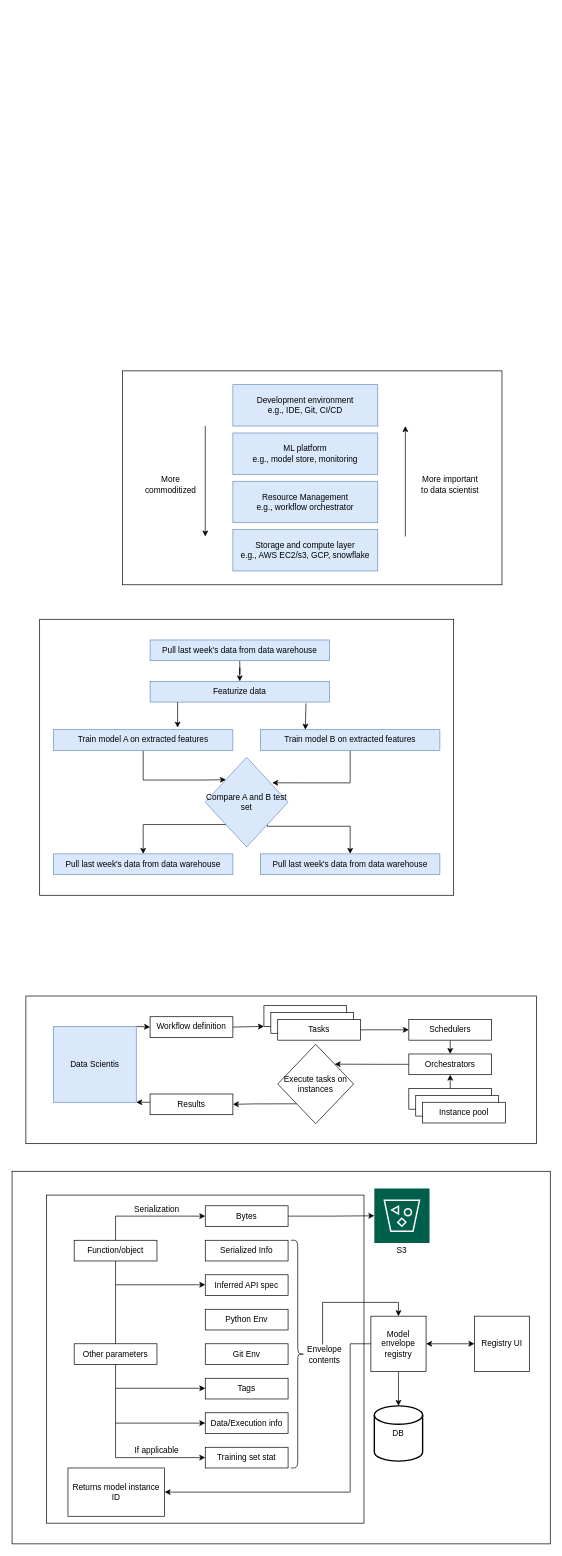
Before: drawio/MLOps.drawio in GuilinDev/Notes, a draw.io diagram. Source tidied: cells renumbered, new cells numbered last; positions are measured from the earlier drawing's top-left corner, leaving out a move shared by most shapes. Both pictures are drawn from the tidied source at 69%, with x=0, y=0 at pixel (12, 371).
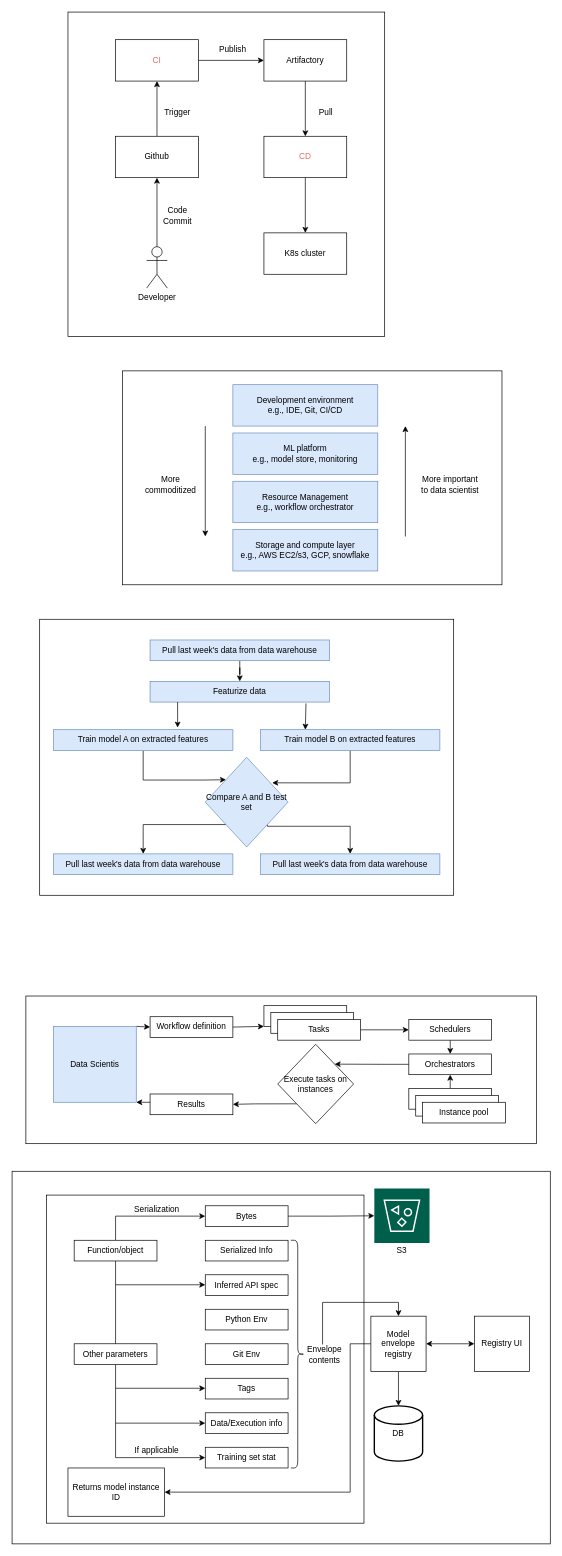
The same page after the edit.

What changed in the source:
```diff
@@
+    <mxCell id="80" style="rounded=0;whiteSpace=wrap;html=1;" parent="1" vertex="1">
+      <mxGeometry x="81" y="-520" width="459" height="470" as="geometry" />
+    </mxCell>
@@
+    <mxCell id="81" style="edgeStyle=orthogonalEdgeStyle;rounded=0;jettySize=auto;html=1;entryX=0.5;entryY=1;entryDx=0;entryDy=0;" parent="1" edge="1" source="82" target="87">
+      <mxGeometry relative="1" as="geometry" />
+    </mxCell>
+    <mxCell id="82" value="Github" style="rounded=0;whiteSpace=wrap;html=1;" parent="1" vertex="1">
+      <mxGeometry x="150" y="-340" width="120" height="60" as="geometry" />
+    </mxCell>
+    <mxCell id="83" style="edgeStyle=orthogonalEdgeStyle;rounded=0;jettySize=auto;html=1;entryX=0.5;entryY=1;entryDx=0;entryDy=0;" parent="1" edge="1" source="84" target="82">
+      <mxGeometry relative="1" as="geometry" />
+    </mxCell>
+    <mxCell id="84" value="Developer" style="shape=umlActor;verticalLabelPosition=bottom;verticalAlign=top;html=1;outlineConnect=0;" parent="1" vertex="1">
+      <mxGeometry x="195" y="-180" width="30" height="60" as="geometry" />
+    </mxCell>
+    <mxCell id="85" value="Code Commit" style="text;html=1;strokeColor=none;fillColor=none;align=center;verticalAlign=middle;whiteSpace=wrap;rounded=0;" parent="1" vertex="1">
+      <mxGeometry x="210" y="-240" width="60" height="30" as="geometry" />
+    </mxCell>
+    <mxCell id="86" style="edgeStyle=orthogonalEdgeStyle;rounded=0;jettySize=auto;html=1;entryX=0;entryY=0.5;entryDx=0;entryDy=0;" parent="1" edge="1" source="87" target="89">
+      <mxGeometry relative="1" as="geometry" />
+    </mxCell>
+    <mxCell id="87" value="&lt;font color=&quot;#ea6b66&quot;&gt;CI&lt;/font&gt;" style="rounded=0;whiteSpace=wrap;html=1;" parent="1" vertex="1">
+      <mxGeometry x="150" y="-480" width="120" height="60" as="geometry" />
+    </mxCell>
+    <mxCell id="88" style="edgeStyle=orthogonalEdgeStyle;rounded=0;jettySize=auto;html=1;entryX=0.5;entryY=0;entryDx=0;entryDy=0;" parent="1" edge="1" source="89" target="91">
+      <mxGeometry relative="1" as="geometry" />
+    </mxCell>
+    <mxCell id="89" value="Artifactory" style="rounded=0;whiteSpace=wrap;html=1;" parent="1" vertex="1">
+      <mxGeometry x="365" y="-480" width="120" height="60" as="geometry" />
+    </mxCell>
+    <mxCell id="90" style="edgeStyle=orthogonalEdgeStyle;rounded=0;jettySize=auto;html=1;entryX=0.5;entryY=0;entryDx=0;entryDy=0;" parent="1" edge="1" source="91" target="92">
+      <mxGeometry relative="1" as="geometry" />
+    </mxCell>
+    <mxCell id="91" value="&lt;font color=&quot;#ea6b66&quot;&gt;CD&lt;/font&gt;" style="rounded=0;whiteSpace=wrap;html=1;" parent="1" vertex="1">
+      <mxGeometry x="365" y="-340" width="120" height="60" as="geometry" />
+    </mxCell>
+    <mxCell id="92" value="K8s cluster" style="rounded=0;whiteSpace=wrap;html=1;" parent="1" vertex="1">
+      <mxGeometry x="365" y="-200" width="120" height="60" as="geometry" />
+    </mxCell>
+    <mxCell id="93" value="Trigger" style="text;html=1;strokeColor=none;fillColor=none;align=center;verticalAlign=middle;whiteSpace=wrap;rounded=0;" parent="1" vertex="1">
+      <mxGeometry x="210" y="-390" width="60" height="30" as="geometry" />
+    </mxCell>
+    <mxCell id="94" value="Publish" style="text;html=1;strokeColor=none;fillColor=none;align=center;verticalAlign=middle;whiteSpace=wrap;rounded=0;" parent="1" vertex="1">
+      <mxGeometry x="290" y="-480" width="60" height="30" as="geometry" />
+    </mxCell>
+    <mxCell id="95" value="Pull" style="text;html=1;strokeColor=none;fillColor=none;align=center;verticalAlign=middle;whiteSpace=wrap;rounded=0;" parent="1" vertex="1">
+      <mxGeometry x="425" y="-390" width="60" height="30" as="geometry" />
+    </mxCell>
```
